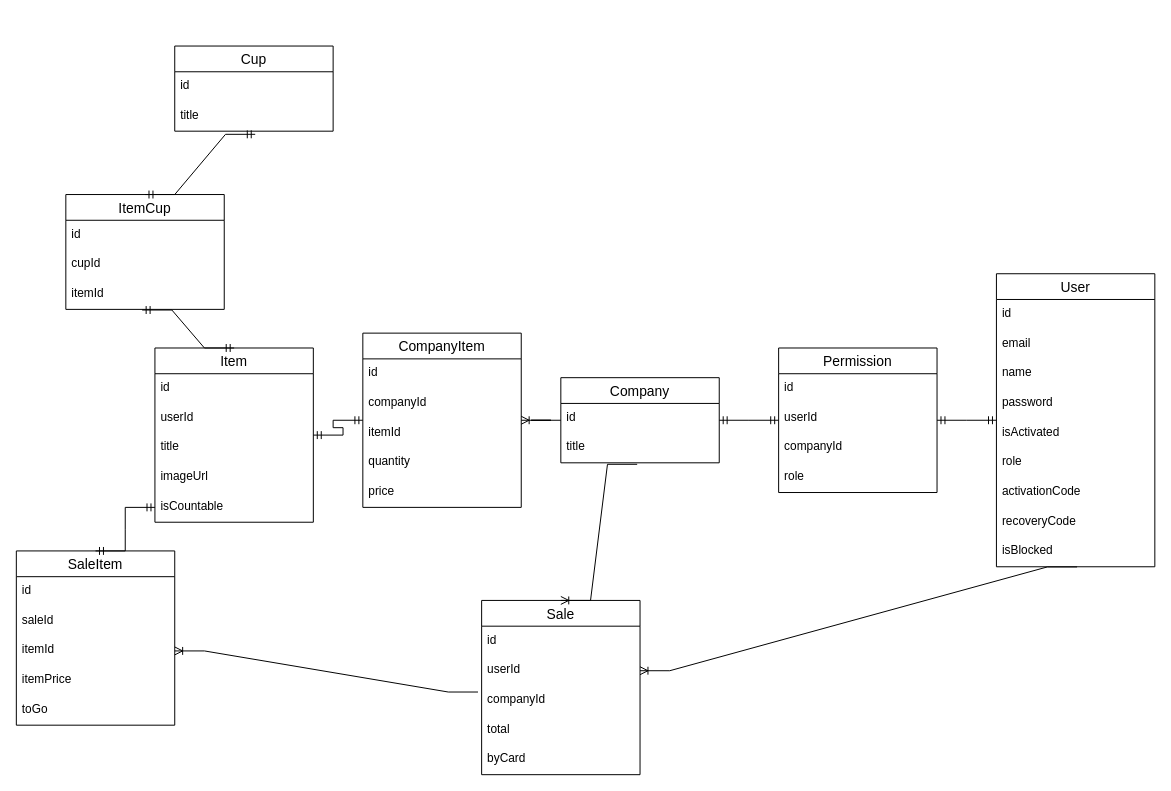
Before: horeca.drawio in Nik68rus/myhoreca, a draw.io diagram. Source tidied: cells renumbered, new cells numbered last; positions are measured from the earlier drawing's top-left corner, leaving out a move shared by most shapes. Both pictures are drawn from the tidied source at 99%, with x=0, y=0 at pixel (16, 46).
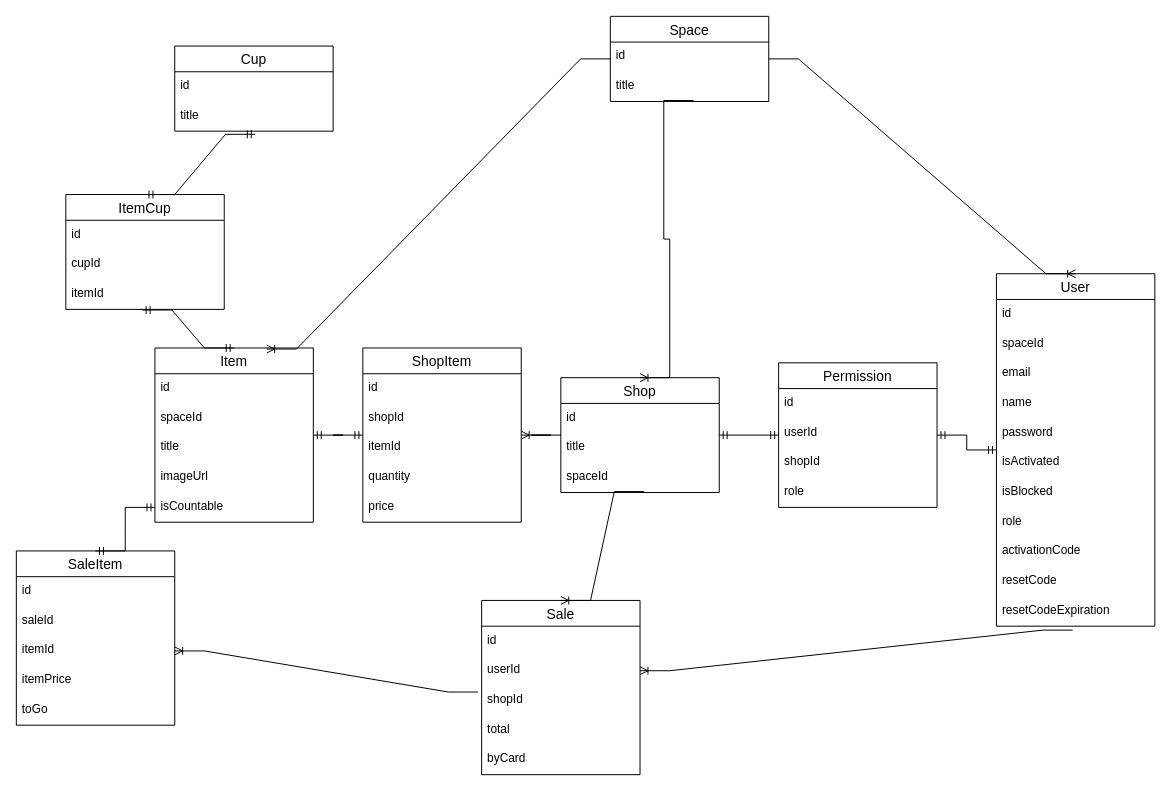
After the change.

The change refers to these unchanged cells:
```xml
<mxCell id="14" value="title" style="text;strokeColor=none;fillColor=none;spacingLeft=4;spacingRight=4;overflow=hidden;points=[[0,0.5],[1,0.5]];portConstraint=eastwest;fontSize=12;" parent="12" vertex="1">
  <mxGeometry y="56" width="160" height="30" as="geometry" />
</mxCell>
<mxCell id="20" value="Item" style="swimlane;fontStyle=0;horizontal=1;startSize=26;align=center;fontSize=14;" parent="1" vertex="1">
  <mxGeometry x="140" y="305" width="160" height="176" as="geometry" />
</mxCell>
<mxCell id="51" value="Sale" style="swimlane;fontStyle=0;horizontal=1;startSize=26;align=center;fontSize=14;" parent="1" vertex="1">
  <mxGeometry x="470" y="560" width="160" height="176" as="geometry" />
</mxCell>
<mxCell id="53" value="userId" style="text;strokeColor=none;fillColor=none;spacingLeft=4;spacingRight=4;overflow=hidden;points=[[0,0.5],[1,0.5]];portConstraint=eastwest;fontSize=12;" parent="51" vertex="1">
  <mxGeometry y="56" width="160" height="30" as="geometry" />
</mxCell>
```

Change to the diagram source:
```diff
@@
     <mxCell id="2" value="User" style="swimlane;fontStyle=0;horizontal=1;startSize=26;align=center;fontSize=14;" parent="1" vertex="1">
-      <mxGeometry x="990" y="230" width="160" height="296" as="geometry" />
+      <mxGeometry x="990" y="230" width="160" height="356" as="geometry" />
     </mxCell>
@@
+    <mxCell id="61" value="spaceId" style="text;strokeColor=none;fillColor=none;spacingLeft=4;spacingRight=4;overflow=hidden;fontSize=12;" parent="2" vertex="1">
+      <mxGeometry y="56" width="160" height="30" as="geometry" />
+    </mxCell>
     <mxCell id="4" value="email" style="text;strokeColor=none;fillColor=none;spacingLeft=4;spacingRight=4;overflow=hidden;fontSize=12;" parent="2" vertex="1">
-      <mxGeometry y="56" width="160" height="30" as="geometry" />
+      <mxGeometry y="86" width="160" height="30" as="geometry" />
     </mxCell>
     <mxCell id="5" value="name" style="text;strokeColor=none;fillColor=none;spacingLeft=4;spacingRight=4;overflow=hidden;fontSize=12;" parent="2" vertex="1">
-      <mxGeometry y="86" width="160" height="30" as="geometry" />
+      <mxGeometry y="116" width="160" height="30" as="geometry" />
     </mxCell>
     <mxCell id="6" value="password" style="text;strokeColor=none;fillColor=none;spacingLeft=4;spacingRight=4;overflow=hidden;fontSize=12;" parent="2" vertex="1">
-      <mxGeometry y="116" width="160" height="30" as="geometry" />
+      <mxGeometry y="146" width="160" height="30" as="geometry" />
     </mxCell>
     <mxCell id="7" value="isActivated" style="text;strokeColor=none;fillColor=none;spacingLeft=4;spacingRight=4;overflow=hidden;fontSize=12;" parent="2" vertex="1">
-      <mxGeometry y="146" width="160" height="30" as="geometry" />
+      <mxGeometry y="176" width="160" height="30" as="geometry" />
     </mxCell>
+    <mxCell id="11" value="isBlocked" style="text;strokeColor=none;fillColor=none;spacingLeft=4;spacingRight=4;overflow=hidden;points=[[0,0.5],[1,0.5]];portConstraint=eastwest;fontSize=12;" parent="2" vertex="1">
+      <mxGeometry y="206" width="160" height="30" as="geometry" />
+    </mxCell>
     <mxCell id="8" value="role" style="text;strokeColor=none;fillColor=none;spacingLeft=4;spacingRight=4;overflow=hidden;fontSize=12;" parent="2" vertex="1">
-      <mxGeometry y="176" width="160" height="30" as="geometry" />
+      <mxGeometry y="236" width="160" height="30" as="geometry" />
     </mxCell>
     <mxCell id="9" value="activationCode" style="text;strokeColor=none;fillColor=none;spacingLeft=4;spacingRight=4;overflow=hidden;fontSize=12;" parent="2" vertex="1">
-      <mxGeometry y="206" width="160" height="30" as="geometry" />
+      <mxGeometry y="266" width="160" height="30" as="geometry" />
     </mxCell>
-    <mxCell id="10" value="recoveryCode" style="text;strokeColor=none;fillColor=none;spacingLeft=4;spacingRight=4;overflow=hidden;fontSize=12;" parent="2" vertex="1">
-      <mxGeometry y="236" width="160" height="30" as="geometry" />
+    <mxCell id="10" value="resetCode" style="text;strokeColor=none;fillColor=none;spacingLeft=4;spacingRight=4;overflow=hidden;fontSize=12;" parent="2" vertex="1">
+      <mxGeometry y="296" width="160" height="30" as="geometry" />
     </mxCell>
-    <mxCell id="11" value="isBlocked" style="text;strokeColor=none;fillColor=none;spacingLeft=4;spacingRight=4;overflow=hidden;points=[[0,0.5],[1,0.5]];portConstraint=eastwest;fontSize=12;" parent="2" vertex="1">
-      <mxGeometry y="266" width="160" height="30" as="geometry" />
-    </mxCell>
+    <mxCell id="62" value="resetCodeExpiration" style="text;strokeColor=none;fillColor=none;spacingLeft=4;spacingRight=4;overflow=hidden;points=[[0,0.5],[1,0.5]];portConstraint=eastwest;fontSize=12;" parent="2" vertex="1">
+      <mxGeometry y="326" width="160" height="30" as="geometry" />
+    </mxCell>
-    <mxCell id="12" value="Company" style="swimlane;fontStyle=0;horizontal=1;startSize=26;align=center;fontSize=14;" parent="1" vertex="1">
-      <mxGeometry x="550" y="335" width="160" height="86" as="geometry" />
+    <mxCell id="12" value="Shop" style="swimlane;fontStyle=0;horizontal=1;startSize=26;align=center;fontSize=14;" parent="1" vertex="1">
+      <mxGeometry x="550" y="335" width="160" height="116" as="geometry" />
     </mxCell>
@@
+    <mxCell id="63" value="spaceId" style="text;strokeColor=none;fillColor=none;spacingLeft=4;spacingRight=4;overflow=hidden;points=[[0,0.5],[1,0.5]];portConstraint=eastwest;fontSize=12;" parent="12" vertex="1">
+      <mxGeometry y="86" width="160" height="30" as="geometry" />
+    </mxCell>
     <mxCell id="15" value="Permission" style="swimlane;fontStyle=0;horizontal=1;startSize=26;align=center;fontSize=14;" parent="1" vertex="1">
-      <mxGeometry x="770" y="305" width="160" height="146" as="geometry" />
+      <mxGeometry x="770" y="320" width="160" height="146" as="geometry" />
     </mxCell>
@@
-    <mxCell id="18" value="companyId" style="text;strokeColor=none;fillColor=none;spacingLeft=4;spacingRight=4;overflow=hidden;fontSize=12;" parent="15" vertex="1">
+    <mxCell id="18" value="shopId" style="text;strokeColor=none;fillColor=none;spacingLeft=4;spacingRight=4;overflow=hidden;fontSize=12;" parent="15" vertex="1">
       <mxGeometry y="86" width="160" height="30" as="geometry" />
     </mxCell>
@@
-    <mxCell id="22" value="userId" style="text;strokeColor=none;fillColor=none;spacingLeft=4;spacingRight=4;overflow=hidden;fontSize=12;" parent="20" vertex="1">
+    <mxCell id="22" value="spaceId" style="text;strokeColor=none;fillColor=none;spacingLeft=4;spacingRight=4;overflow=hidden;fontSize=12;" parent="20" vertex="1">
       <mxGeometry y="56" width="160" height="30" as="geometry" />
     </mxCell>
@@
-    <mxCell id="26" value="CompanyItem" style="swimlane;fontStyle=0;horizontal=1;startSize=26;align=center;fontSize=14;" parent="1" vertex="1">
-      <mxGeometry x="350" y="290" width="160" height="176" as="geometry" />
+    <mxCell id="26" value="ShopItem" style="swimlane;fontStyle=0;horizontal=1;startSize=26;align=center;fontSize=14;" parent="1" vertex="1">
+      <mxGeometry x="350" y="305" width="160" height="176" as="geometry" />
     </mxCell>
@@
-    <mxCell id="28" value="companyId" style="text;strokeColor=none;fillColor=none;spacingLeft=4;spacingRight=4;overflow=hidden;fontSize=12;" parent="26" vertex="1">
+    <mxCell id="28" value="shopId" style="text;strokeColor=none;fillColor=none;spacingLeft=4;spacingRight=4;overflow=hidden;fontSize=12;" parent="26" vertex="1">
       <mxGeometry y="56" width="160" height="30" as="geometry" />
     </mxCell>
@@
-    <mxCell id="54" value="companyId" style="text;strokeColor=none;fillColor=none;spacingLeft=4;spacingRight=4;overflow=hidden;points=[[0,0.5],[1,0.5]];portConstraint=eastwest;fontSize=12;" parent="51" vertex="1">
+    <mxCell id="54" value="shopId" style="text;strokeColor=none;fillColor=none;spacingLeft=4;spacingRight=4;overflow=hidden;points=[[0,0.5],[1,0.5]];portConstraint=eastwest;fontSize=12;" parent="51" vertex="1">
       <mxGeometry y="86" width="160" height="30" as="geometry" />
     </mxCell>
@@
-    <mxCell id="58" style="edgeStyle=entityRelationEdgeStyle;fontSize=12;html=1;endArrow=ERoneToMany;rounded=0;exitX=0.509;exitY=1.005;exitDx=0;exitDy=0;exitPerimeter=0;" parent="1" edge="1" source="11" target="53">
+    <mxCell id="58" style="edgeStyle=entityRelationEdgeStyle;fontSize=12;html=1;endArrow=ERoneToMany;rounded=0;exitX=0.481;exitY=1.133;exitDx=0;exitDy=0;exitPerimeter=0;" parent="1" edge="1" source="62" target="53">
       <mxGeometry relative="1" as="geometry" />
     </mxCell>
@@
-    <mxCell id="60" style="edgeStyle=entityRelationEdgeStyle;fontSize=12;html=1;endArrow=ERoneToMany;rounded=0;exitX=0.482;exitY=1.05;exitDx=0;exitDy=0;exitPerimeter=0;entryX=0.5;entryY=0;entryDx=0;entryDy=0;" parent="1" edge="1" source="14" target="51">
+    <mxCell id="60" style="edgeStyle=entityRelationEdgeStyle;fontSize=12;html=1;endArrow=ERoneToMany;rounded=0;exitX=0.525;exitY=0.967;exitDx=0;exitDy=0;exitPerimeter=0;entryX=0.5;entryY=0;entryDx=0;entryDy=0;" parent="1" edge="1" source="63" target="51">
       <mxGeometry relative="1" as="geometry" />
     </mxCell>
+    <mxCell id="64" value="Space" style="swimlane;fontStyle=0;horizontal=1;startSize=26;align=center;fontSize=14;" parent="1" vertex="1">
+      <mxGeometry x="600" y="-30" width="160" height="86" as="geometry" />
+    </mxCell>
+    <mxCell id="65" value="id" style="text;strokeColor=none;fillColor=none;spacingLeft=4;spacingRight=4;overflow=hidden;fontSize=12;" parent="64" vertex="1">
+      <mxGeometry y="26" width="160" height="30" as="geometry" />
+    </mxCell>
+    <mxCell id="66" value="title" style="text;strokeColor=none;fillColor=none;spacingLeft=4;spacingRight=4;overflow=hidden;points=[[0,0.5],[1,0.5]];portConstraint=eastwest;fontSize=12;" parent="64" vertex="1">
+      <mxGeometry y="56" width="160" height="30" as="geometry" />
+    </mxCell>
+    <mxCell id="67" style="edgeStyle=entityRelationEdgeStyle;fontSize=12;html=1;endArrow=ERoneToMany;rounded=0;entryX=0.5;entryY=0;entryDx=0;entryDy=0;exitX=0.525;exitY=0.967;exitDx=0;exitDy=0;exitPerimeter=0;" parent="1" edge="1" source="66" target="12">
+      <mxGeometry relative="1" as="geometry" />
+    </mxCell>
+    <mxCell id="68" style="edgeStyle=entityRelationEdgeStyle;fontSize=12;html=1;endArrow=ERoneToMany;rounded=0;entryX=0.5;entryY=0;entryDx=0;entryDy=0;" parent="1" edge="1" source="64" target="2">
+      <mxGeometry relative="1" as="geometry" />
+    </mxCell>
+    <mxCell id="69" style="edgeStyle=entityRelationEdgeStyle;fontSize=12;html=1;endArrow=ERoneToMany;rounded=0;entryX=0.706;entryY=0.006;entryDx=0;entryDy=0;entryPerimeter=0;" parent="1" edge="1" source="64" target="20">
+      <mxGeometry x="-1" y="151" relative="1" as="geometry">
+        <mxPoint x="-150" y="131" as="offset" />
+      </mxGeometry>
+    </mxCell>
```
